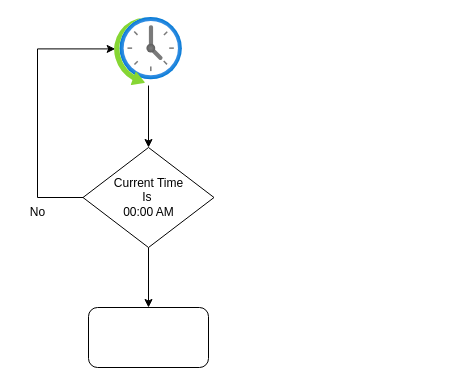
Above: Orchestration_KickOff_Daily_Architech.drawio in lnsbinh/rule-charts (draw.io), before the change. Source tidied: cells renumbered, new cells numbered last; positions are measured from the earlier drawing's top-left corner, leaving out a move shared by most shapes. Both pictures are drawn from the tidied source at 100%, with x=0, y=0 at pixel (17, 17).
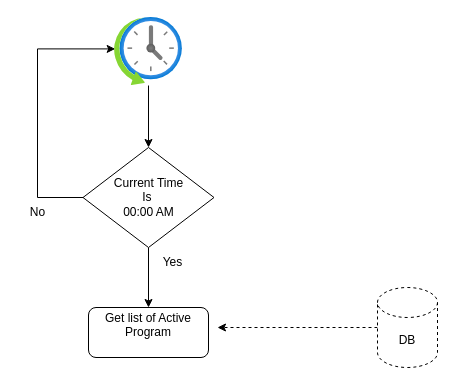
The same page after the edit.

Diff of the diagram source:
```diff
@@
 <mxGraphModel>
   <root>
     <mxCell id="0" />
     <mxCell id="1" parent="0" />
     <mxCell id="2" style="edgeStyle=orthogonalEdgeStyle;rounded=0;jettySize=auto;html=1;entryX=0.5;entryY=0;entryDx=0;entryDy=0;" parent="1" edge="1" source="3" target="5">
       <mxGeometry relative="1" as="geometry" />
     </mxCell>
     <mxCell id="3" style="image;html=1;points=[];align=center;fontSize=12;image=img/lib/azure2/general/Scheduler.svg;" parent="1" vertex="1">
       <mxGeometry x="97" width="68" height="68" as="geometry" />
     </mxCell>
     <mxCell id="4" style="edgeStyle=orthogonalEdgeStyle;rounded=0;jettySize=auto;html=1;" parent="1" edge="1" source="5" target="8">
       <mxGeometry relative="1" as="geometry" />
     </mxCell>
     <mxCell id="5" value="Current Time&lt;br&gt;Is&amp;nbsp;&lt;br&gt;00:00 AM" style="rhombus;whiteSpace=wrap;html=1;" parent="1" vertex="1">
       <mxGeometry x="65.5" y="130" width="131" height="100" as="geometry" />
     </mxCell>
     <mxCell id="6" style="edgeStyle=orthogonalEdgeStyle;rounded=0;jettySize=auto;html=1;entryX=0.01;entryY=0.462;entryDx=0;entryDy=0;entryPerimeter=0;exitX=0;exitY=0.5;exitDx=0;exitDy=0;" parent="1" edge="1" source="5" target="3">
       <mxGeometry relative="1" as="geometry">
         <Array as="points">
           <mxPoint x="20" y="180" />
           <mxPoint x="20" y="31" />
         </Array>
       </mxGeometry>
     </mxCell>
     <mxCell id="7" value="No" style="text;html=1;align=center;verticalAlign=middle;strokeColor=none;fillColor=none;" parent="1" vertex="1">
       <mxGeometry y="180" width="40" height="30" as="geometry" />
     </mxCell>
-    <mxCell id="8" style="rounded=1;whiteSpace=wrap;html=1;" parent="1" vertex="1">
-      <mxGeometry x="71" y="290" width="120" height="60" as="geometry" />
+    <mxCell id="8" value="Get list of Active Program&lt;div&gt;&lt;br&gt;&lt;/div&gt;" style="rounded=1;whiteSpace=wrap;html=1;" parent="1" vertex="1">
+      <mxGeometry x="71" y="290" width="120" height="50" as="geometry" />
     </mxCell>
+    <mxCell id="9" value="Yes" style="text;html=1;align=center;verticalAlign=middle;strokeColor=none;fillColor=none;" parent="1" vertex="1">
+      <mxGeometry x="135" y="230" width="40" height="30" as="geometry" />
+    </mxCell>
+    <mxCell id="10" style="edgeStyle=orthogonalEdgeStyle;rounded=0;jettySize=auto;html=1;dashed=1;" parent="1" edge="1" source="11">
+      <mxGeometry relative="1" as="geometry">
+        <mxPoint x="200" y="310" as="targetPoint" />
+      </mxGeometry>
+    </mxCell>
+    <mxCell id="11" value="DB" style="shape=cylinder3;whiteSpace=wrap;html=1;boundedLbl=1;backgroundOutline=1;size=15;dashed=1;" parent="1" vertex="1">
+      <mxGeometry x="360" y="270" width="60" height="80" as="geometry" />
+    </mxCell>
   </root>
 </mxGraphModel>
```
